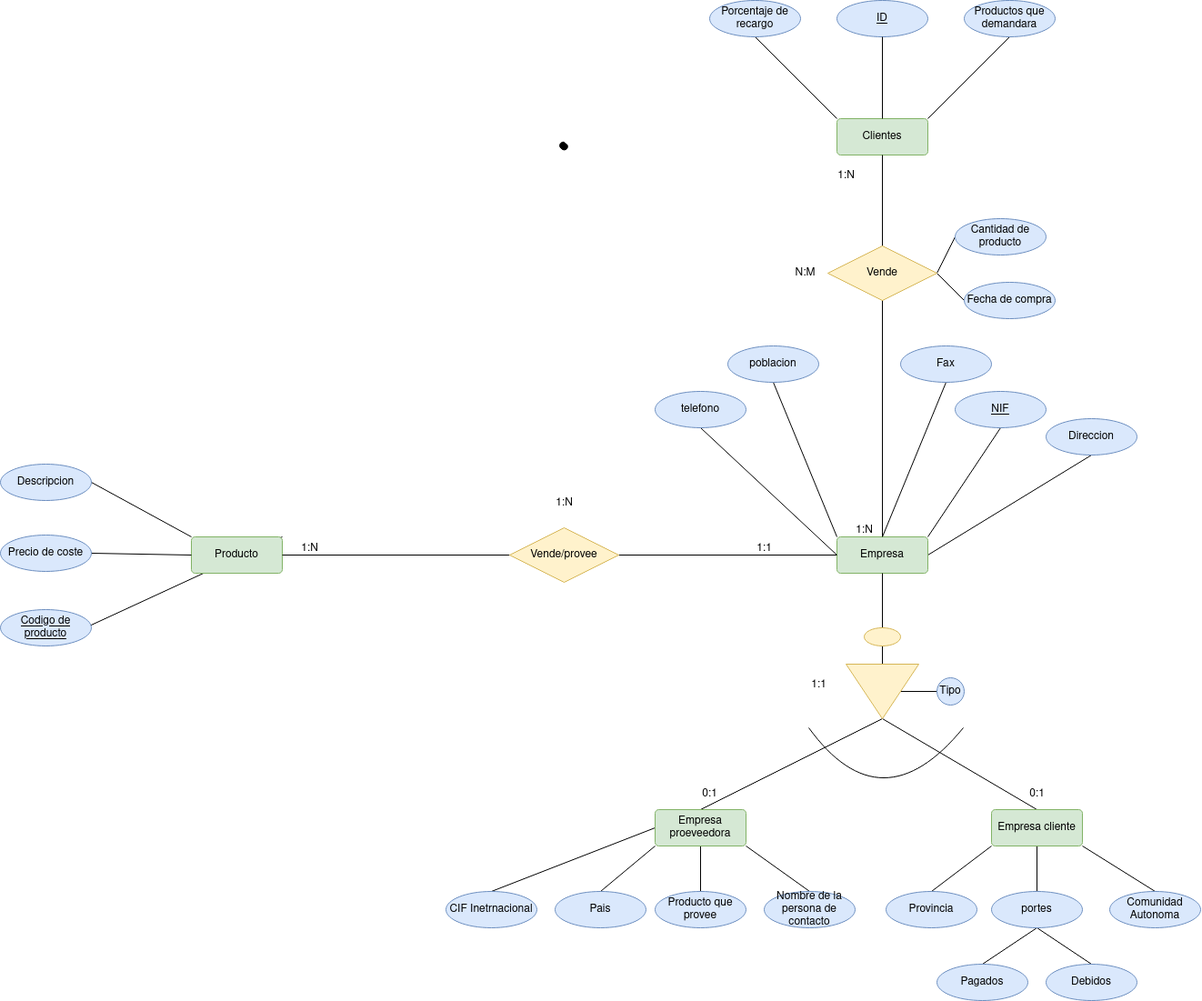
Above: Unidad-1/Tareas/Tarea-evaluable-4/tarea-evaluable-4.drawio.png in DavidRiccio/base-datos (draw.io), before the change. Source tidied: cells renumbered, new cells last; positions are measured from the earlier drawing's top-left corner, leaving out a move shared by most shapes.
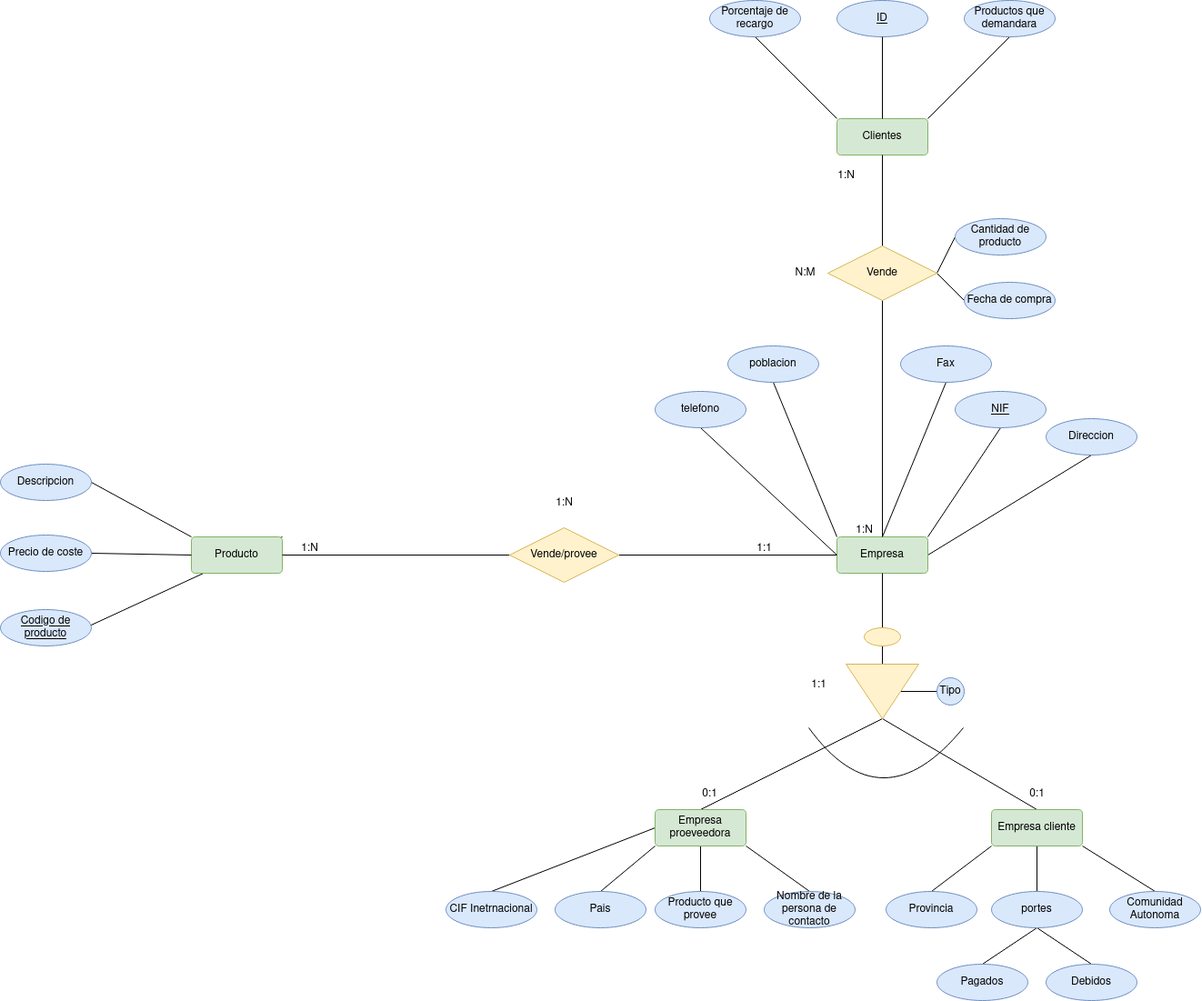
After the change.

Change to the diagram source:
```diff
@@ -226,8 +226,5 @@
     <mxCell id="73" value="N:M" style="text;html=1;align=center;verticalAlign=middle;strokeColor=none;fillColor=none;" parent="1" vertex="1">
       <mxGeometry x="860" y="285" width="50" height="30" as="geometry" />
     </mxCell>
-    <mxCell id="74" style="shape=(stored shape, 640 characters);lineShape=1;" parent="1" vertex="1">
-      <mxGeometry x="615.1" y="155.8" width="8.5" height="8.5" as="geometry" />
-    </mxCell>
   </root>
 </mxGraphModel>
```
